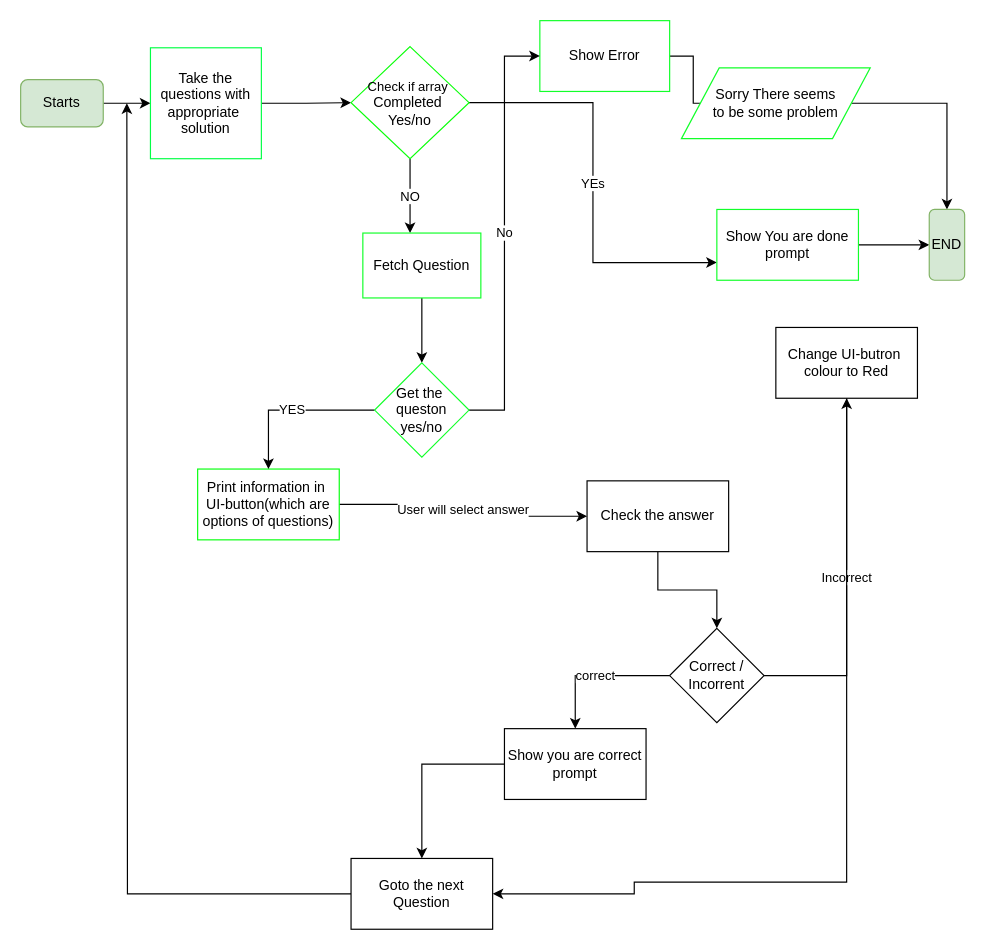
This is Quizzler.drawio from tmnabeel30/Quizzlerr, a draw.io file, before an edit. Source tidied: cells renumbered, new cells numbered last; positions are measured from the earlier drawing's top-left corner, leaving out a move shared by most shapes. Both pictures are drawn from the tidied source at 118%, with x=0, y=0 at pixel (20, 20).
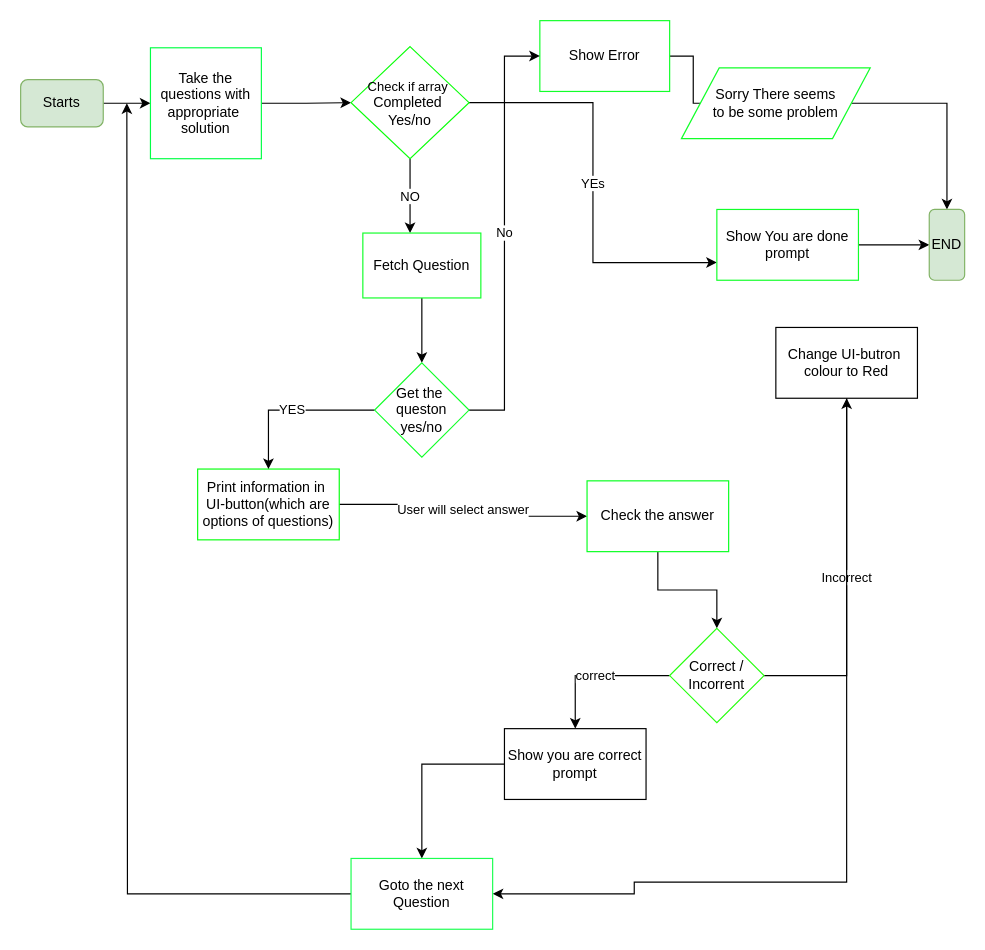
Above is the later version.

Diff of the diagram source:
```diff
@@
-    <mxCell id="16" value="Check the answer" style="rounded=0;whiteSpace=wrap;html=1;" parent="1" vertex="1">
+    <mxCell id="16" value="Check the answer" style="rounded=0;whiteSpace=wrap;html=1;strokeColor=#08FF20;" parent="1" vertex="1">
       <mxGeometry x="480" y="390" width="120" height="60" as="geometry" />
     </mxCell>
@@
-    <mxCell id="19" value="Correct / Incorrent" style="rhombus;whiteSpace=wrap;html=1;" parent="1" vertex="1">
+    <mxCell id="19" value="Correct / Incorrent" style="rhombus;whiteSpace=wrap;html=1;strokeColor=#25FF0D;" parent="1" vertex="1">
       <mxGeometry x="550" y="515" width="80" height="80" as="geometry" />
     </mxCell>
@@
-    <mxCell id="25" value="Goto the next Question&lt;br&gt;" style="rounded=0;whiteSpace=wrap;html=1;" parent="1" vertex="1">
+    <mxCell id="25" value="Goto the next Question&lt;br&gt;" style="rounded=0;whiteSpace=wrap;html=1;strokeColor=#1CFF51;" parent="1" vertex="1">
       <mxGeometry x="280" y="710" width="120" height="60" as="geometry" />
     </mxCell>
```
